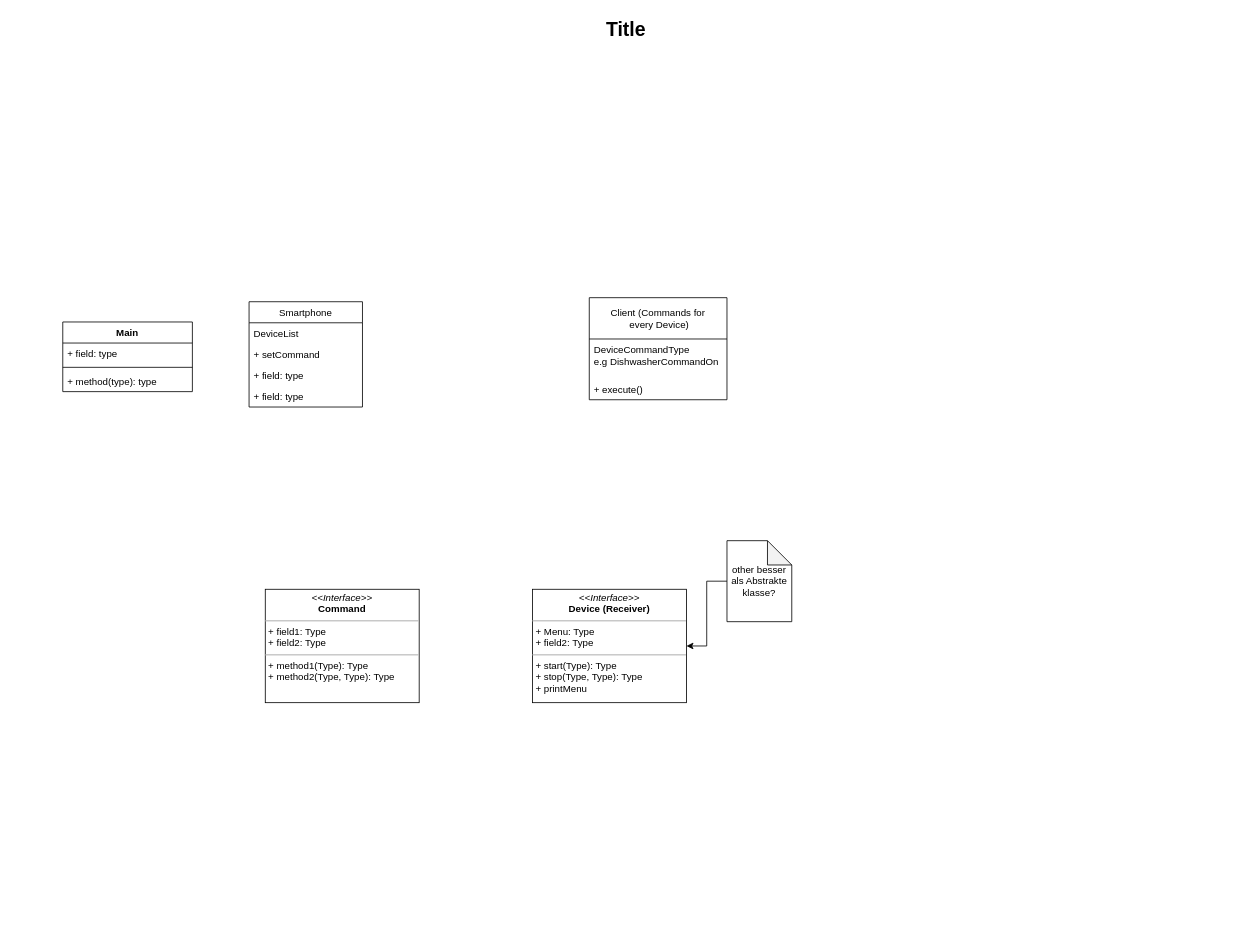
Earlier version of the draw.io diagram Assignment4/Assigment4.drawio (zuercher8353/BINF4241-group28). Source tidied: cells renumbered, new cells numbered last; positions are measured from the earlier drawing's top-left corner, leaving out a move shared by most shapes. Both pictures are drawn from the tidied source at 81%, with x=0, y=0 at pixel (14, 14).
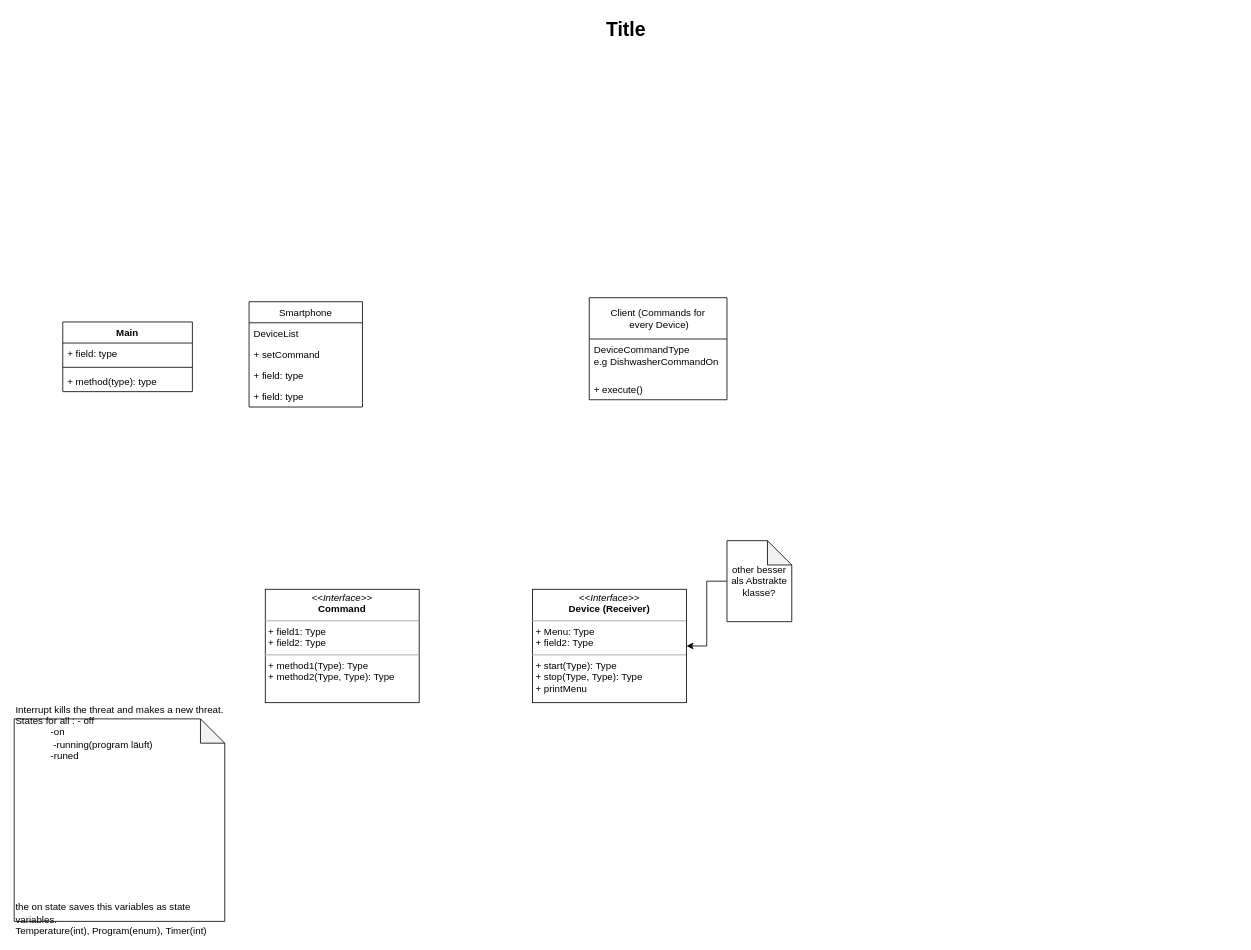
The same diagram, later.

Diff of the diagram source:
```diff
@@
 <mxGraphModel>
   <root>
     <mxCell id="0" />
     <mxCell id="1" parent="0" />
     <mxCell id="2" value="Title" style="text;strokeColor=none;fillColor=none;html=1;fontSize=24;fontStyle=1;verticalAlign=middle;align=center;" parent="1" vertex="1">
       <mxGeometry width="1510" height="40" as="geometry" />
     </mxCell>
     <mxCell id="3" value="Main" style="swimlane;fontStyle=1;align=center;verticalAlign=top;horizontal=1;startSize=26;" parent="1" vertex="1">
       <mxGeometry x="60" y="380" width="160" height="86" as="geometry" />
     </mxCell>
     <mxCell id="4" value="+ field: type" style="text;strokeColor=none;fillColor=none;align=left;verticalAlign=top;spacingLeft=4;spacingRight=4;overflow=hidden;" parent="3" vertex="1">
       <mxGeometry y="26" width="160" height="26" as="geometry" />
     </mxCell>
     <mxCell id="5" style="line;strokeWidth=1;fillColor=none;align=left;verticalAlign=middle;spacingTop=-1;spacingLeft=3;spacingRight=3;labelPosition=right;" parent="3" vertex="1">
       <mxGeometry y="52" width="160" height="8" as="geometry" />
     </mxCell>
     <mxCell id="6" value="+ method(type): type" style="text;strokeColor=none;fillColor=none;align=left;verticalAlign=top;spacingLeft=4;spacingRight=4;overflow=hidden;" parent="3" vertex="1">
       <mxGeometry y="60" width="160" height="26" as="geometry" />
     </mxCell>
     <mxCell id="7" value="&lt;p style=&quot;margin: 0px ; margin-top: 4px ; text-align: center&quot;&gt;&lt;i&gt;&amp;lt;&amp;lt;Interface&amp;gt;&amp;gt;&lt;/i&gt;&lt;br&gt;&lt;b&gt;Command&lt;/b&gt;&lt;/p&gt;&lt;hr size=&quot;1&quot;&gt;&lt;p style=&quot;margin: 0px ; margin-left: 4px&quot;&gt;+ field1: Type&lt;br&gt;+ field2: Type&lt;/p&gt;&lt;hr size=&quot;1&quot;&gt;&lt;p style=&quot;margin: 0px ; margin-left: 4px&quot;&gt;+ method1(Type): Type&lt;br&gt;+ method2(Type, Type): Type&lt;/p&gt;" style="verticalAlign=top;align=left;overflow=fill;fontSize=12;fontFamily=Helvetica;html=1;" parent="1" vertex="1">
       <mxGeometry x="310" y="710" width="190" height="140" as="geometry" />
     </mxCell>
     <mxCell id="8" value="&lt;p style=&quot;margin: 0px ; margin-top: 4px ; text-align: center&quot;&gt;&lt;i&gt;&amp;lt;&amp;lt;Interface&amp;gt;&amp;gt;&lt;/i&gt;&lt;br&gt;&lt;b&gt;Device (Receiver)&lt;/b&gt;&lt;/p&gt;&lt;hr size=&quot;1&quot;&gt;&lt;p style=&quot;margin: 0px ; margin-left: 4px&quot;&gt;+ Menu: Type&lt;br&gt;+ field2: Type&lt;/p&gt;&lt;hr size=&quot;1&quot;&gt;&lt;p style=&quot;margin: 0px ; margin-left: 4px&quot;&gt;+ start(Type): Type&lt;br&gt;+ stop(Type, Type): Type&lt;/p&gt;&lt;p style=&quot;margin: 0px ; margin-left: 4px&quot;&gt;+ printMenu&lt;/p&gt;" style="verticalAlign=top;align=left;overflow=fill;fontSize=12;fontFamily=Helvetica;html=1;" parent="1" vertex="1">
       <mxGeometry x="640" y="710" width="190" height="140" as="geometry" />
     </mxCell>
     <mxCell id="9" value="Client (Commands for&#10; every Device)" style="swimlane;fontStyle=0;horizontal=1;startSize=51;fillColor=none;" parent="1" vertex="1">
       <mxGeometry x="710" y="350" width="170" height="126" as="geometry" />
     </mxCell>
     <mxCell id="10" value="DeviceCommandType&#10;e.g DishwasherCommandOn" style="text;strokeColor=none;fillColor=none;align=left;verticalAlign=top;spacingLeft=4;spacingRight=4;overflow=hidden;" parent="9" vertex="1">
       <mxGeometry y="51" width="170" height="49" as="geometry" />
     </mxCell>
     <mxCell id="11" value="+ execute()" style="text;strokeColor=none;fillColor=none;align=left;verticalAlign=top;spacingLeft=4;spacingRight=4;overflow=hidden;" parent="9" vertex="1">
       <mxGeometry y="100" width="170" height="26" as="geometry" />
     </mxCell>
     <mxCell id="12" value="Smartphone" style="swimlane;fontStyle=0;horizontal=1;startSize=26;fillColor=none;" parent="1" vertex="1">
       <mxGeometry x="290" y="355" width="140" height="130" as="geometry" />
     </mxCell>
     <mxCell id="13" value="DeviceList" style="text;strokeColor=none;fillColor=none;align=left;verticalAlign=top;spacingLeft=4;spacingRight=4;overflow=hidden;" parent="12" vertex="1">
       <mxGeometry y="26" width="140" height="26" as="geometry" />
     </mxCell>
     <mxCell id="14" value="+ setCommand" style="text;strokeColor=none;fillColor=none;align=left;verticalAlign=top;spacingLeft=4;spacingRight=4;overflow=hidden;" parent="12" vertex="1">
       <mxGeometry y="52" width="140" height="26" as="geometry" />
     </mxCell>
     <mxCell id="15" value="+ field: type" style="text;strokeColor=none;fillColor=none;align=left;verticalAlign=top;spacingLeft=4;spacingRight=4;overflow=hidden;" parent="12" vertex="1">
       <mxGeometry y="78" width="140" height="26" as="geometry" />
     </mxCell>
     <mxCell id="16" value="+ field: type" style="text;strokeColor=none;fillColor=none;align=left;verticalAlign=top;spacingLeft=4;spacingRight=4;overflow=hidden;" parent="12" vertex="1">
       <mxGeometry y="104" width="140" height="26" as="geometry" />
     </mxCell>
     <mxCell id="17" style="edgeStyle=orthogonalEdgeStyle;rounded=0;jettySize=auto;html=1;exitX=0;exitY=0.5;exitDx=0;exitDy=0;exitPerimeter=0;entryX=1;entryY=0.5;entryDx=0;entryDy=0;" parent="1" edge="1" source="18" target="8">
       <mxGeometry relative="1" as="geometry" />
     </mxCell>
     <mxCell id="18" value="other besser als Abstrakte klasse?" style="shape=note;whiteSpace=wrap;html=1;backgroundOutline=1;darkOpacity=0.05;" parent="1" vertex="1">
       <mxGeometry x="880" y="650" width="80" height="100" as="geometry" />
     </mxCell>
+    <mxCell id="19" value="Interrupt kills the threat and makes a new threat.&lt;br&gt;States for all : - off&lt;br&gt;&amp;nbsp; &amp;nbsp; &amp;nbsp; &amp;nbsp; &amp;nbsp; &amp;nbsp; &amp;nbsp;-on&lt;br&gt;&amp;nbsp; &amp;nbsp; &amp;nbsp; &amp;nbsp; &amp;nbsp; &amp;nbsp; &amp;nbsp; -running(program läuft)&lt;br&gt;&amp;nbsp; &amp;nbsp; &amp;nbsp; &amp;nbsp; &amp;nbsp; &amp;nbsp; &amp;nbsp;-runed&lt;br&gt;&amp;nbsp; &amp;nbsp; &amp;nbsp; &amp;nbsp; &amp;nbsp; &amp;nbsp;&amp;nbsp;&lt;br&gt;&lt;br&gt;&lt;br&gt;&amp;nbsp; &amp;nbsp; &amp;nbsp; &amp;nbsp; &amp;nbsp; &amp;nbsp; &amp;nbsp;&lt;br&gt;&lt;br&gt;&amp;nbsp; &amp;nbsp; &amp;nbsp; &amp;nbsp; &amp;nbsp; &amp;nbsp; &amp;nbsp;&lt;br&gt;&amp;nbsp; &amp;nbsp; &amp;nbsp; &amp;nbsp; &amp;nbsp; &amp;nbsp; &amp;nbsp;&lt;br&gt;&lt;br&gt;&lt;br&gt;&lt;br&gt;&lt;br&gt;&lt;br&gt;the on state saves this variables as state variables.&amp;nbsp;&lt;br&gt;Temperature(int), Program(enum), Timer(int)" style="shape=note;whiteSpace=wrap;html=1;backgroundOutline=1;darkOpacity=0.05;align=left;" parent="1" vertex="1">
+      <mxGeometry y="870" width="260" height="250" as="geometry" />
+    </mxCell>
   </root>
 </mxGraphModel>
```
